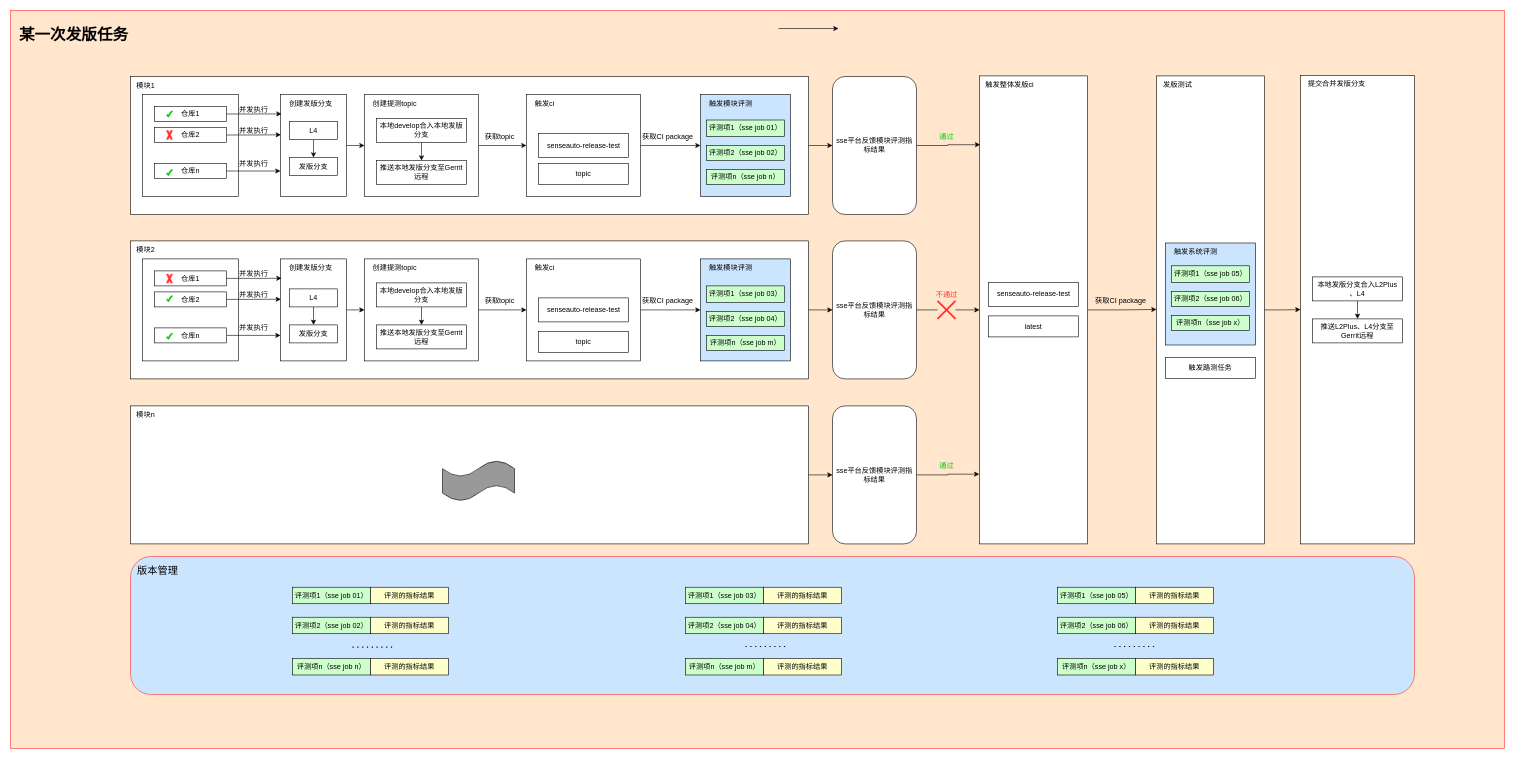
Before: 质量平台发版优化.drawio in isAlbertYu/diagrams, a draw.io diagram. Source tidied: cells renumbered, new cells numbered last; positions are measured from the earlier drawing's top-left corner, leaving out a move shared by most shapes. Both pictures are drawn from the tidied source at 60%, with x=0, y=0 at pixel (10, 10).
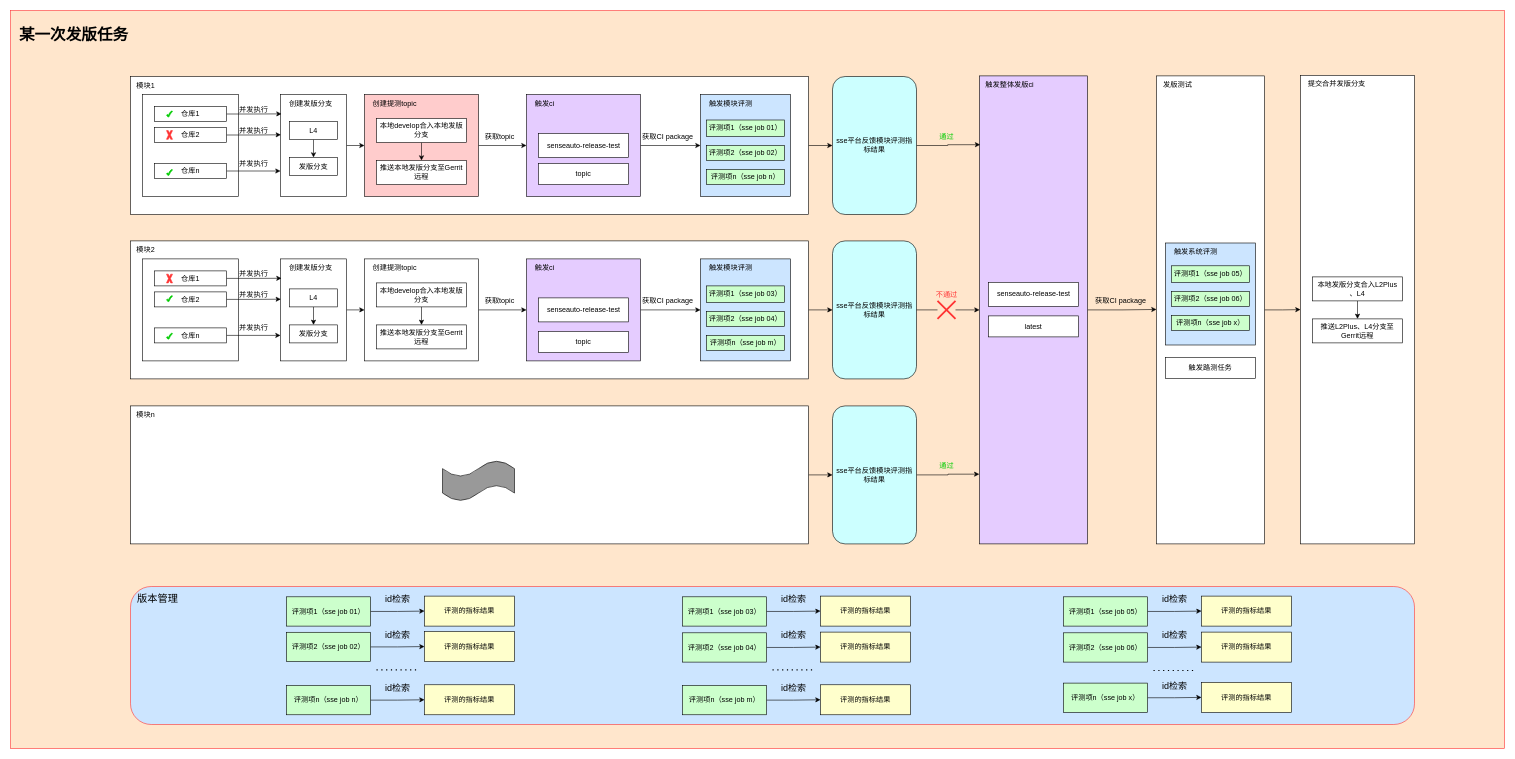
The same page after the edit.

Commit message (it also covers changes not shown here):
Update 质量平台发版优化.drawio

What changed in the source:
```diff
@@
-    <mxCell id="11" style="rounded=0;whiteSpace=wrap;html=1;" parent="1" vertex="1">
+    <mxCell id="11" style="rounded=0;whiteSpace=wrap;html=1;fillColor=#FFCCCC;" parent="1" vertex="1">
       <mxGeometry x="590" y="140" width="190" height="170" as="geometry" />
     </mxCell>
@@
-    <mxCell id="27" style="rounded=0;whiteSpace=wrap;html=1;" parent="1" vertex="1">
+    <mxCell id="27" style="rounded=0;whiteSpace=wrap;html=1;fillColor=#E5CCFF;" parent="1" vertex="1">
       <mxGeometry x="860" y="140" width="190" height="170" as="geometry" />
     </mxCell>
@@
-    <mxCell id="38" style="rounded=0;whiteSpace=wrap;html=1;" parent="1" vertex="1">
+    <mxCell id="38" style="rounded=0;whiteSpace=wrap;html=1;fillColor=#E5CCFF;" parent="1" vertex="1">
       <mxGeometry x="1615" y="109" width="180" height="780" as="geometry" />
     </mxCell>
@@
-    <mxCell id="41" value="sse平台反馈模块评测指标结果" style="rounded=1;whiteSpace=wrap;html=1;" parent="1" vertex="1">
+    <mxCell id="41" value="sse平台反馈模块评测指标结果" style="rounded=1;whiteSpace=wrap;html=1;fillColor=#CCFFFF;" parent="1" vertex="1">
       <mxGeometry x="1370" y="110" width="140" height="230" as="geometry" />
     </mxCell>
@@
-    <mxCell id="66" style="rounded=0;whiteSpace=wrap;html=1;" parent="1" vertex="1">
+    <mxCell id="66" style="rounded=0;whiteSpace=wrap;html=1;fillColor=#E5CCFF;" parent="1" vertex="1">
       <mxGeometry x="860" y="414" width="190" height="170" as="geometry" />
     </mxCell>
@@
-    <mxCell id="75" value="sse平台反馈模块评测指标结果" style="rounded=1;whiteSpace=wrap;html=1;" parent="1" vertex="1">
+    <mxCell id="75" value="sse平台反馈模块评测指标结果" style="rounded=1;whiteSpace=wrap;html=1;fillColor=#CCFFFF;" parent="1" vertex="1">
       <mxGeometry x="1370" y="384" width="140" height="230" as="geometry" />
     </mxCell>
@@
-    <mxCell id="86" value="sse平台反馈模块评测指标结果" style="rounded=1;whiteSpace=wrap;html=1;" parent="1" vertex="1">
+    <mxCell id="86" value="sse平台反馈模块评测指标结果" style="rounded=1;whiteSpace=wrap;html=1;fillColor=#CCFFFF;" parent="1" vertex="1">
       <mxGeometry x="1370" y="659" width="140" height="230" as="geometry" />
     </mxCell>
@@
     <mxCell id="113" style="rounded=1;whiteSpace=wrap;html=1;strokeColor=#FF3333;fillColor=#CCE5FF;" parent="1" vertex="1">
-      <mxGeometry x="200" y="910" width="2140" height="230" as="geometry" />
+      <mxGeometry x="200" y="960" width="2140" height="230" as="geometry" />
     </mxCell>
@@
-    <mxCell id="121" style="edgeStyle=orthogonalEdgeStyle;rounded=0;orthogonalLoop=1;jettySize=auto;html=1;exitX=1;exitY=0.5;exitDx=0;exitDy=0;entryX=0;entryY=0.5;entryDx=0;entryDy=0;" parent="1" edge="1">
-      <mxGeometry relative="1" as="geometry">
-        <mxPoint x="1280" y="30" as="sourcePoint" />
-        <mxPoint x="1380" y="30" as="targetPoint" />
-      </mxGeometry>
-    </mxCell>
@@
+    <mxCell id="146" style="edgeStyle=orthogonalEdgeStyle;rounded=0;jettySize=auto;html=1;exitX=1;exitY=0.5;exitDx=0;exitDy=0;fontSize=17;" parent="1" edge="1" source="123" target="125">
+      <mxGeometry relative="1" as="geometry" />
+    </mxCell>
     <mxCell id="123" value="评测项1（sse job 01）" style="rounded=0;whiteSpace=wrap;html=1;fillColor=#CCFFCC;" parent="1" vertex="1">
-      <mxGeometry x="470" y="961.2" width="130" height="27.5" as="geometry" />
+      <mxGeometry x="460" y="977.2" width="140" height="48.8" as="geometry" />
     </mxCell>
@@
     <mxCell id="125" value="评测的指标结果" style="rounded=0;whiteSpace=wrap;html=1;fillColor=#FFFFCC;" parent="1" vertex="1">
-      <mxGeometry x="600" y="961.2" width="130" height="27.5" as="geometry" />
+      <mxGeometry x="690" y="976" width="150" height="50" as="geometry" />
     </mxCell>
+    <mxCell id="142" value="版本管理" style="text;html=1;align=center;verticalAlign=middle;fillColor=none;strokeColor=none;rounded=0;fontSize=17;" parent="1" vertex="1">
+      <mxGeometry x="200" y="966" width="90" height="30" as="geometry" />
+    </mxCell>
+    <mxCell id="147" value="id检索" style="text;html=1;align=center;verticalAlign=middle;fillColor=none;strokeColor=none;rounded=0;fontSize=15;" parent="1" vertex="1">
+      <mxGeometry x="610" y="966" width="70" height="30" as="geometry" />
+    </mxCell>
+    <mxCell id="148" style="edgeStyle=orthogonalEdgeStyle;rounded=0;jettySize=auto;html=1;exitX=1;exitY=0.5;exitDx=0;exitDy=0;fontSize=17;" parent="1" edge="1" source="126" target="149">
+      <mxGeometry relative="1" as="geometry" />
+    </mxCell>
     <mxCell id="126" value="评测项2（sse job 02）" style="rounded=0;whiteSpace=wrap;html=1;fillColor=#CCFFCC;" parent="1" vertex="1">
-      <mxGeometry x="470" y="1011.2" width="130" height="27.5" as="geometry" />
+      <mxGeometry x="460" y="1036.3" width="140" height="48.8" as="geometry" />
     </mxCell>
-    <mxCell id="127" value="评测的指标结果" style="rounded=0;whiteSpace=wrap;html=1;fillColor=#FFFFCC;" parent="1" vertex="1">
-      <mxGeometry x="600" y="1011.2" width="130" height="27.5" as="geometry" />
-    </mxCell>
+    <mxCell id="149" value="评测的指标结果" style="rounded=0;whiteSpace=wrap;html=1;fillColor=#FFFFCC;" parent="1" vertex="1">
+      <mxGeometry x="690" y="1035.1" width="150" height="50" as="geometry" />
+    </mxCell>
+    <mxCell id="150" value="id检索" style="text;html=1;align=center;verticalAlign=middle;fillColor=none;strokeColor=none;rounded=0;fontSize=15;" parent="1" vertex="1">
+      <mxGeometry x="610" y="1025.1" width="70" height="30" as="geometry" />
+    </mxCell>
+    <mxCell id="151" style="edgeStyle=orthogonalEdgeStyle;rounded=0;jettySize=auto;html=1;exitX=1;exitY=0.5;exitDx=0;exitDy=0;fontSize=17;" parent="1" edge="1" source="128" target="152">
+      <mxGeometry relative="1" as="geometry" />
+    </mxCell>
     <mxCell id="128" value="评测项n（sse job n）" style="rounded=0;whiteSpace=wrap;html=1;fillColor=#CCFFCC;" parent="1" vertex="1">
-      <mxGeometry x="470" y="1080" width="130" height="27.5" as="geometry" />
+      <mxGeometry x="460" y="1125" width="140" height="48.8" as="geometry" />
     </mxCell>
-    <mxCell id="129" value="评测的指标结果" style="rounded=0;whiteSpace=wrap;html=1;fillColor=#FFFFCC;" parent="1" vertex="1">
-      <mxGeometry x="600" y="1080" width="130" height="27.5" as="geometry" />
-    </mxCell>
+    <mxCell id="152" value="评测的指标结果" style="rounded=0;whiteSpace=wrap;html=1;fillColor=#FFFFCC;" parent="1" vertex="1">
+      <mxGeometry x="690" y="1123.8" width="150" height="50" as="geometry" />
+    </mxCell>
+    <mxCell id="153" value="id检索" style="text;html=1;align=center;verticalAlign=middle;fillColor=none;strokeColor=none;rounded=0;fontSize=15;" parent="1" vertex="1">
+      <mxGeometry x="610" y="1113.8" width="70" height="30" as="geometry" />
+    </mxCell>
+    <mxCell id="154" style="edgeStyle=orthogonalEdgeStyle;rounded=0;jettySize=auto;html=1;exitX=1;exitY=0.5;exitDx=0;exitDy=0;fontSize=17;" parent="1" edge="1" source="134" target="155">
+      <mxGeometry relative="1" as="geometry" />
+    </mxCell>
+    <mxCell id="134" value="评测项1（sse job 03）" style="rounded=0;whiteSpace=wrap;html=1;fillColor=#CCFFCC;" parent="1" vertex="1">
+      <mxGeometry x="1120" y="977.2" width="140" height="48.8" as="geometry" />
+    </mxCell>
+    <mxCell id="155" value="评测的指标结果" style="rounded=0;whiteSpace=wrap;html=1;fillColor=#FFFFCC;" parent="1" vertex="1">
+      <mxGeometry x="1350" y="976" width="150" height="50" as="geometry" />
+    </mxCell>
+    <mxCell id="156" value="id检索" style="text;html=1;align=center;verticalAlign=middle;fillColor=none;strokeColor=none;rounded=0;fontSize=15;" parent="1" vertex="1">
+      <mxGeometry x="1270" y="966" width="70" height="30" as="geometry" />
+    </mxCell>
+    <mxCell id="157" style="edgeStyle=orthogonalEdgeStyle;rounded=0;jettySize=auto;html=1;exitX=1;exitY=0.5;exitDx=0;exitDy=0;fontSize=17;" parent="1" edge="1" source="136" target="158">
+      <mxGeometry relative="1" as="geometry" />
+    </mxCell>
+    <mxCell id="136" value="评测项2（sse job 04）" style="rounded=0;whiteSpace=wrap;html=1;fillColor=#CCFFCC;" parent="1" vertex="1">
+      <mxGeometry x="1120" y="1037.2" width="140" height="48.8" as="geometry" />
+    </mxCell>
+    <mxCell id="158" value="评测的指标结果" style="rounded=0;whiteSpace=wrap;html=1;fillColor=#FFFFCC;" parent="1" vertex="1">
+      <mxGeometry x="1350" y="1036" width="150" height="50" as="geometry" />
+    </mxCell>
+    <mxCell id="159" value="id检索" style="text;html=1;align=center;verticalAlign=middle;fillColor=none;strokeColor=none;rounded=0;fontSize=15;" parent="1" vertex="1">
+      <mxGeometry x="1270" y="1026" width="70" height="30" as="geometry" />
+    </mxCell>
+    <mxCell id="160" style="edgeStyle=orthogonalEdgeStyle;rounded=0;jettySize=auto;html=1;exitX=1;exitY=0.5;exitDx=0;exitDy=0;fontSize=17;" parent="1" edge="1" source="138" target="161">
+      <mxGeometry relative="1" as="geometry" />
+    </mxCell>
+    <mxCell id="138" value="评测项n（sse job m）" style="rounded=0;whiteSpace=wrap;html=1;fillColor=#CCFFCC;" parent="1" vertex="1">
+      <mxGeometry x="1120" y="1125" width="140" height="48.8" as="geometry" />
+    </mxCell>
+    <mxCell id="161" value="评测的指标结果" style="rounded=0;whiteSpace=wrap;html=1;fillColor=#FFFFCC;" parent="1" vertex="1">
+      <mxGeometry x="1350" y="1123.8" width="150" height="50" as="geometry" />
+    </mxCell>
+    <mxCell id="162" value="id检索" style="text;html=1;align=center;verticalAlign=middle;fillColor=none;strokeColor=none;rounded=0;fontSize=15;" parent="1" vertex="1">
+      <mxGeometry x="1270" y="1113.8" width="70" height="30" as="geometry" />
+    </mxCell>
+    <mxCell id="163" style="edgeStyle=orthogonalEdgeStyle;rounded=0;jettySize=auto;html=1;exitX=1;exitY=0.5;exitDx=0;exitDy=0;fontSize=17;" parent="1" edge="1" source="130" target="164">
+      <mxGeometry relative="1" as="geometry" />
+    </mxCell>
     <mxCell id="130" value="评测项1（sse job 05）" style="rounded=0;whiteSpace=wrap;html=1;fillColor=#CCFFCC;" parent="1" vertex="1">
-      <mxGeometry x="1745" y="961.2" width="130" height="27.5" as="geometry" />
+      <mxGeometry x="1755" y="977.2" width="140" height="48.8" as="geometry" />
     </mxCell>
-    <mxCell id="131" value="评测的指标结果" style="rounded=0;whiteSpace=wrap;html=1;fillColor=#FFFFCC;" parent="1" vertex="1">
-      <mxGeometry x="1875" y="961.2" width="130" height="27.5" as="geometry" />
-    </mxCell>
+    <mxCell id="164" value="评测的指标结果" style="rounded=0;whiteSpace=wrap;html=1;fillColor=#FFFFCC;" parent="1" vertex="1">
+      <mxGeometry x="1985" y="976" width="150" height="50" as="geometry" />
+    </mxCell>
+    <mxCell id="165" value="id检索" style="text;html=1;align=center;verticalAlign=middle;fillColor=none;strokeColor=none;rounded=0;fontSize=15;" parent="1" vertex="1">
+      <mxGeometry x="1905" y="966" width="70" height="30" as="geometry" />
+    </mxCell>
+    <mxCell id="166" style="edgeStyle=orthogonalEdgeStyle;rounded=0;jettySize=auto;html=1;exitX=1;exitY=0.5;exitDx=0;exitDy=0;fontSize=17;" parent="1" edge="1" source="132" target="167">
+      <mxGeometry relative="1" as="geometry" />
+    </mxCell>
     <mxCell id="132" value="评测项2（sse job 06）" style="rounded=0;whiteSpace=wrap;html=1;fillColor=#CCFFCC;" parent="1" vertex="1">
-      <mxGeometry x="1745" y="1011.2" width="130" height="27.5" as="geometry" />
+      <mxGeometry x="1755" y="1037.2" width="140" height="48.8" as="geometry" />
     </mxCell>
-    <mxCell id="133" value="评测的指标结果" style="rounded=0;whiteSpace=wrap;html=1;fillColor=#FFFFCC;" parent="1" vertex="1">
-      <mxGeometry x="1875" y="1011.2" width="130" height="27.5" as="geometry" />
-    </mxCell>
-    <mxCell id="134" value="评测项1（sse job 03）" style="rounded=0;whiteSpace=wrap;html=1;fillColor=#CCFFCC;" parent="1" vertex="1">
-      <mxGeometry x="1125" y="961.2" width="130" height="27.5" as="geometry" />
-    </mxCell>
-    <mxCell id="135" value="评测的指标结果" style="rounded=0;whiteSpace=wrap;html=1;fillColor=#FFFFCC;" parent="1" vertex="1">
-      <mxGeometry x="1255" y="961.2" width="130" height="27.5" as="geometry" />
-    </mxCell>
-    <mxCell id="136" value="评测项2（sse job 04）" style="rounded=0;whiteSpace=wrap;html=1;fillColor=#CCFFCC;" parent="1" vertex="1">
-      <mxGeometry x="1125" y="1011.2" width="130" height="27.5" as="geometry" />
-    </mxCell>
-    <mxCell id="137" value="评测的指标结果" style="rounded=0;whiteSpace=wrap;html=1;fillColor=#FFFFCC;" parent="1" vertex="1">
-      <mxGeometry x="1255" y="1011.2" width="130" height="27.5" as="geometry" />
-    </mxCell>
-    <mxCell id="138" value="评测项n（sse job m）" style="rounded=0;whiteSpace=wrap;html=1;fillColor=#CCFFCC;" parent="1" vertex="1">
-      <mxGeometry x="1125" y="1080" width="130" height="27.5" as="geometry" />
-    </mxCell>
-    <mxCell id="139" value="评测的指标结果" style="rounded=0;whiteSpace=wrap;html=1;fillColor=#FFFFCC;" parent="1" vertex="1">
-      <mxGeometry x="1255" y="1080" width="130" height="27.5" as="geometry" />
-    </mxCell>
+    <mxCell id="167" value="评测的指标结果" style="rounded=0;whiteSpace=wrap;html=1;fillColor=#FFFFCC;" parent="1" vertex="1">
+      <mxGeometry x="1985" y="1036" width="150" height="50" as="geometry" />
+    </mxCell>
+    <mxCell id="168" value="id检索" style="text;html=1;align=center;verticalAlign=middle;fillColor=none;strokeColor=none;rounded=0;fontSize=15;" parent="1" vertex="1">
+      <mxGeometry x="1905" y="1026" width="70" height="30" as="geometry" />
+    </mxCell>
+    <mxCell id="169" style="edgeStyle=orthogonalEdgeStyle;rounded=0;jettySize=auto;html=1;exitX=1;exitY=0.5;exitDx=0;exitDy=0;fontSize=17;" parent="1" edge="1" source="140" target="170">
+      <mxGeometry relative="1" as="geometry" />
+    </mxCell>
     <mxCell id="140" value="评测项n（sse job x）" style="rounded=0;whiteSpace=wrap;html=1;fillColor=#CCFFCC;" parent="1" vertex="1">
-      <mxGeometry x="1745" y="1080" width="130" height="27.5" as="geometry" />
+      <mxGeometry x="1755" y="1121" width="140" height="48.8" as="geometry" />
     </mxCell>
-    <mxCell id="141" value="评测的指标结果" style="rounded=0;whiteSpace=wrap;html=1;fillColor=#FFFFCC;" parent="1" vertex="1">
-      <mxGeometry x="1875" y="1080" width="130" height="27.5" as="geometry" />
-    </mxCell>
-    <mxCell id="142" value="版本管理" style="text;html=1;align=center;verticalAlign=middle;fillColor=none;strokeColor=none;rounded=0;fontSize=17;" parent="1" vertex="1">
-      <mxGeometry x="200" y="920" width="90" height="30" as="geometry" />
-    </mxCell>
-    <mxCell id="143" style="endArrow=none;dashed=1;html=1;dashPattern=1 3;strokeWidth=2;rounded=0;fontSize=17;" parent="1" edge="1">
-      <mxGeometry relative="1" as="geometry">
-        <mxPoint x="570" y="1061.2" as="sourcePoint" />
-        <mxPoint x="640" y="1061.2" as="targetPoint" />
-      </mxGeometry>
-    </mxCell>
-    <mxCell id="144" style="endArrow=none;dashed=1;html=1;dashPattern=1 3;strokeWidth=2;rounded=0;fontSize=17;" parent="1" edge="1">
-      <mxGeometry relative="1" as="geometry">
-        <mxPoint x="1225" y="1060" as="sourcePoint" />
-        <mxPoint x="1295" y="1060" as="targetPoint" />
-      </mxGeometry>
-    </mxCell>
-    <mxCell id="145" style="endArrow=none;dashed=1;html=1;dashPattern=1 3;strokeWidth=2;rounded=0;fontSize=17;" parent="1" edge="1">
-      <mxGeometry relative="1" as="geometry">
-        <mxPoint x="1840" y="1060" as="sourcePoint" />
-        <mxPoint x="1910" y="1060" as="targetPoint" />
-      </mxGeometry>
-    </mxCell>
+    <mxCell id="170" value="评测的指标结果" style="rounded=0;whiteSpace=wrap;html=1;fillColor=#FFFFCC;" parent="1" vertex="1">
+      <mxGeometry x="1985" y="1119.8" width="150" height="50" as="geometry" />
+    </mxCell>
+    <mxCell id="171" value="id检索" style="text;html=1;align=center;verticalAlign=middle;fillColor=none;strokeColor=none;rounded=0;fontSize=15;" parent="1" vertex="1">
+      <mxGeometry x="1905" y="1109.8" width="70" height="30" as="geometry" />
+    </mxCell>
+    <mxCell id="172" style="endArrow=none;dashed=1;html=1;dashPattern=1 3;strokeWidth=2;rounded=0;fontSize=15;" parent="1" edge="1">
+      <mxGeometry relative="1" as="geometry">
+        <mxPoint x="610" y="1098.8" as="sourcePoint" />
+        <mxPoint x="680" y="1098.8" as="targetPoint" />
+      </mxGeometry>
+    </mxCell>
+    <mxCell id="173" style="endArrow=none;dashed=1;html=1;dashPattern=1 3;strokeWidth=2;rounded=0;fontSize=15;" parent="1" edge="1">
+      <mxGeometry relative="1" as="geometry">
+        <mxPoint x="1270" y="1099" as="sourcePoint" />
+        <mxPoint x="1340" y="1099" as="targetPoint" />
+      </mxGeometry>
+    </mxCell>
+    <mxCell id="174" style="endArrow=none;dashed=1;html=1;dashPattern=1 3;strokeWidth=2;rounded=0;fontSize=15;" parent="1" edge="1">
+      <mxGeometry relative="1" as="geometry">
+        <mxPoint x="1905" y="1100" as="sourcePoint" />
+        <mxPoint x="1975" y="1100" as="targetPoint" />
+      </mxGeometry>
+    </mxCell>
```
